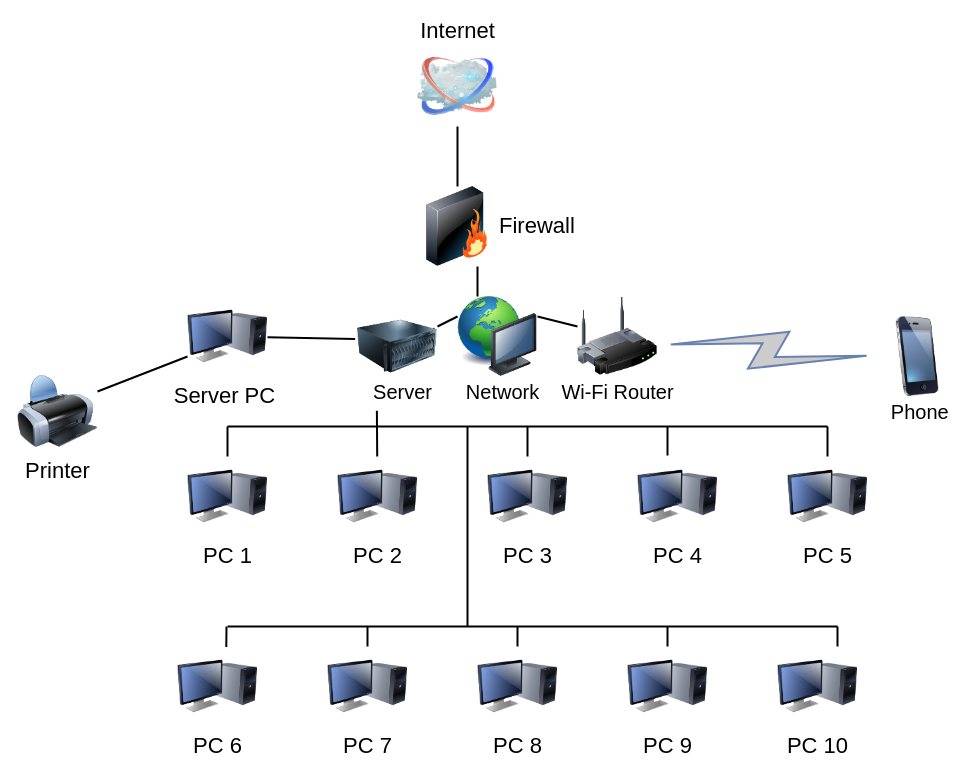
Before: Files/Computershop.drawio in Jocriaus/Diagrams, a draw.io diagram. Source tidied: cells renumbered, new cells numbered last; positions are measured from the earlier drawing's top-left corner, leaving out a move shared by most shapes. Both pictures are drawn from the tidied source at 100%, with x=0, y=0 at pixel (17, 46).
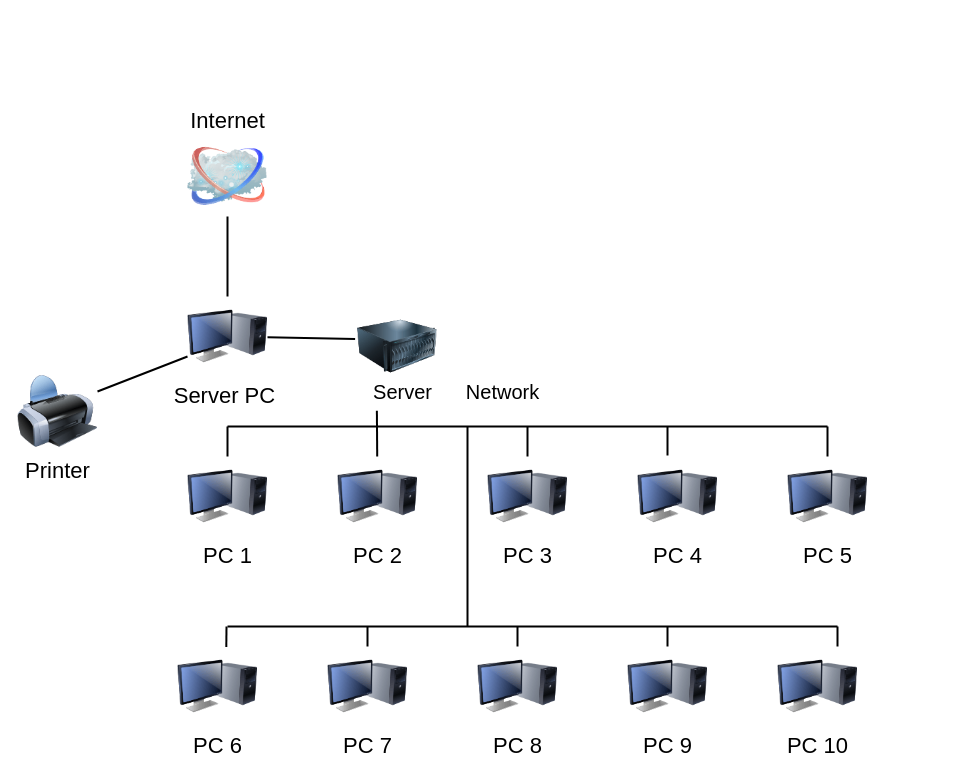
The same diagram, later.

Unchanged cells that the change refers to:
```xml
<mxCell id="15" value="Server PC&amp;nbsp;" style="image;html=1;labelBackgroundColor=#ffffff;image=img/lib/clip_art/computers/Monitor_Tower_128x128.png;rounded=1;shadow=0;comic=0;strokeWidth=2;fontSize=22;" parent="1" vertex="1">
  <mxGeometry x="170" y="250" width="80" height="80" as="geometry" />
</mxCell>
<mxCell id="16" style="image;html=1;image=img/lib/clip_art/computers/Server_128x128.png;" parent="1" vertex="1">
  <mxGeometry x="340" y="260" width="80" height="80" as="geometry" />
</mxCell>
```

Diff of the diagram source:
```diff
@@
-    <mxCell id="2" style="edgeStyle=none;rounded=0;html=1;labelBackgroundColor=none;endArrow=none;strokeWidth=2;fontFamily=Verdana;fontSize=22;entryX=1;entryY=0.25;entryDx=0;entryDy=0;" parent="1" edge="1" source="3" target="38">
-      <mxGeometry relative="1" as="geometry" />
-    </mxCell>
-    <mxCell id="3" style="image;html=1;labelBackgroundColor=#ffffff;image=img/lib/clip_art/networking/Wireless_Router_128x128.png;rounded=1;shadow=0;comic=0;strokeWidth=2;fontSize=22;" parent="1" vertex="1">
-      <mxGeometry x="560" y="250" width="80" height="80" as="geometry" />
-    </mxCell>
     <mxCell id="4" value="Internet" style="image;html=1;labelBackgroundColor=#ffffff;image=img/lib/clip_art/networking/Cloud_128x128.png;rounded=1;shadow=0;comic=0;strokeWidth=2;fontSize=22;labelPosition=center;verticalLabelPosition=top;align=center;verticalAlign=bottom;" parent="1" vertex="1">
-      <mxGeometry x="400" width="80" height="80" as="geometry" />
+      <mxGeometry x="170" y="90" width="80" height="80" as="geometry" />
     </mxCell>
-    <mxCell id="5" style="edgeStyle=none;rounded=0;html=1;labelBackgroundColor=none;endArrow=none;strokeWidth=2;fontFamily=Verdana;fontSize=22;" parent="1" edge="1" source="6" target="4">
-      <mxGeometry relative="1" as="geometry" />
-    </mxCell>
-    <mxCell id="6" value="Firewall" style="image;html=1;labelBackgroundColor=#ffffff;image=img/lib/clip_art/networking/Firewall_128x128.png;rounded=1;shadow=0;comic=0;strokeWidth=2;fontSize=22;labelPosition=right;verticalLabelPosition=middle;align=left;verticalAlign=middle;" parent="1" vertex="1">
-      <mxGeometry x="400" y="140" width="80" height="80" as="geometry" />
-    </mxCell>
@@
-    <mxCell id="9" style="html=1;fillColor=#CCCCCC;strokeColor=#6881B3;gradientColor=none;gradientDirection=north;strokeWidth=2;shape=mxgraph.networks.comm_link_edge;html=1;labelBackgroundColor=none;endArrow=none;fontFamily=Verdana;fontSize=22;fontColor=#000000;exitX=0;exitY=0.5;exitDx=0;exitDy=0;entryX=1.03;entryY=0.592;entryDx=0;entryDy=0;entryPerimeter=0;" parent="1" edge="1" source="10" target="3">
-      <mxGeometry relative="1" as="geometry" />
-    </mxCell>
-    <mxCell id="10" style="image;html=1;image=img/lib/clip_art/telecommunication/iPhone_128x128.png;" parent="1" vertex="1">
-      <mxGeometry x="860" y="270" width="80" height="80" as="geometry" />
-    </mxCell>
@@
-    <mxCell id="17" style="endArrow=none;html=1;entryX=0;entryY=0.25;entryDx=0;entryDy=0;strokeWidth=2;" parent="1" edge="1" source="16" target="38">
+    <mxCell id="17" style="endArrow=none;html=1;entryX=0.5;entryY=1;entryDx=0;entryDy=0;strokeWidth=2;exitX=0.5;exitY=0;exitDx=0;exitDy=0;" parent="1" edge="1" source="15" target="4">
       <mxGeometry relative="1" as="geometry" />
     </mxCell>
@@
-    <mxCell id="38" style="image;html=1;image=img/lib/clip_art/computers/Network_128x128.png;" parent="1" vertex="1">
-      <mxGeometry x="440" y="250" width="80" height="80" as="geometry" />
-    </mxCell>
-    <mxCell id="39" style="edgeStyle=none;rounded=0;html=1;labelBackgroundColor=none;endArrow=none;strokeWidth=2;fontFamily=Verdana;fontSize=22;entryX=0.25;entryY=0;entryDx=0;entryDy=0;exitX=0.75;exitY=1;exitDx=0;exitDy=0;" parent="1" edge="1" source="6" target="38">
-      <mxGeometry relative="1" as="geometry" />
-    </mxCell>
@@
-    <mxCell id="42" value="Wi-Fi Router" style="text;html=1;align=center;verticalAlign=middle;fontSize=20;" parent="1" vertex="1">
-      <mxGeometry x="535" y="330" width="130" height="30" as="geometry" />
-    </mxCell>
-    <mxCell id="43" value="Phone&amp;nbsp;" style="text;html=1;align=center;verticalAlign=middle;fontSize=20;" parent="1" vertex="1">
-      <mxGeometry x="865" y="350" width="80" height="30" as="geometry" />
-    </mxCell>
```
